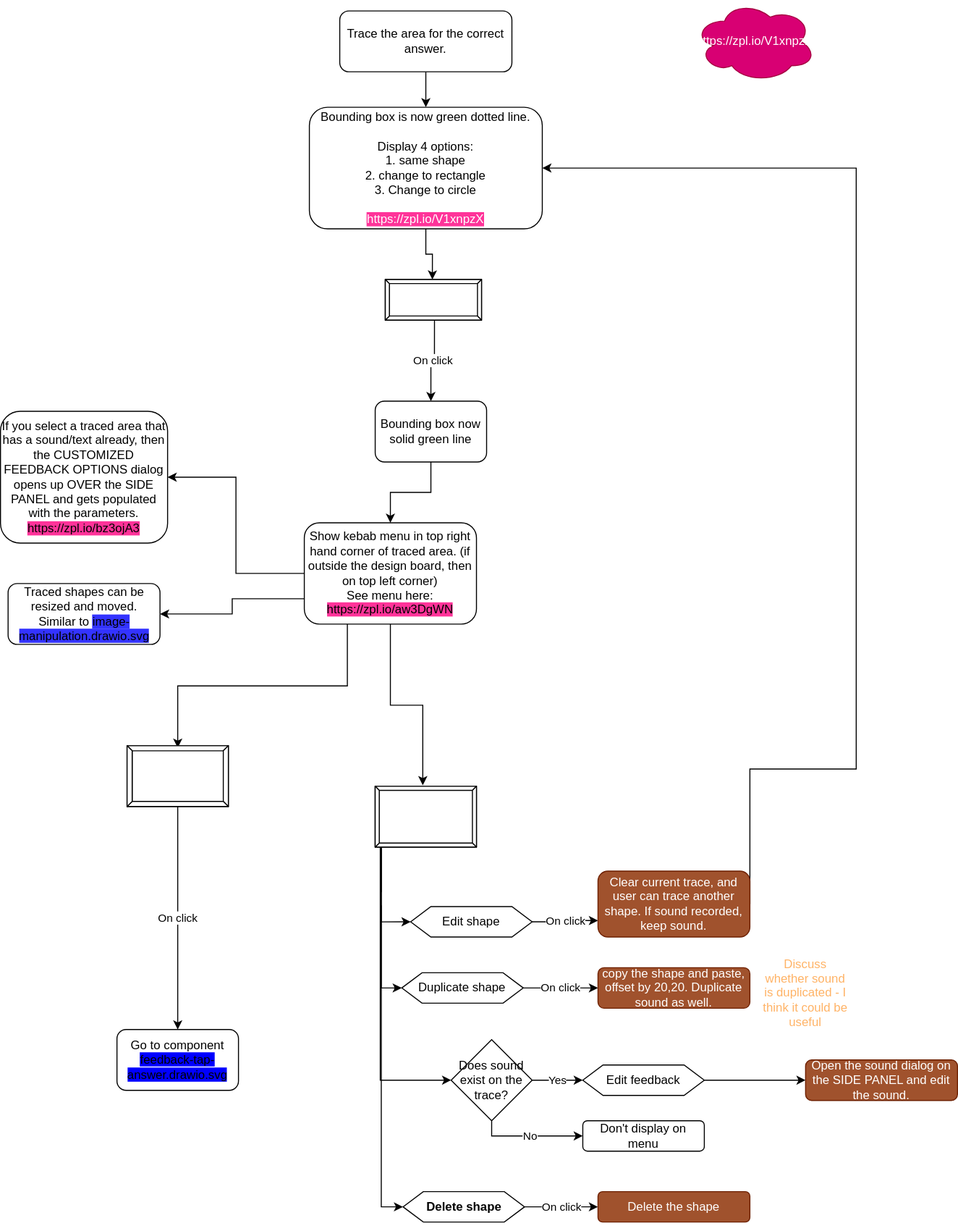
Before: modules/components/trace-tap-answer.drawio.svg, a diagram exported from draw.io (ji-devs/ji-cloud-flowcharts). Source tidied: cells renumbered, new cells last; positions are measured from the earlier drawing's top-left corner, leaving out a move shared by most shapes.
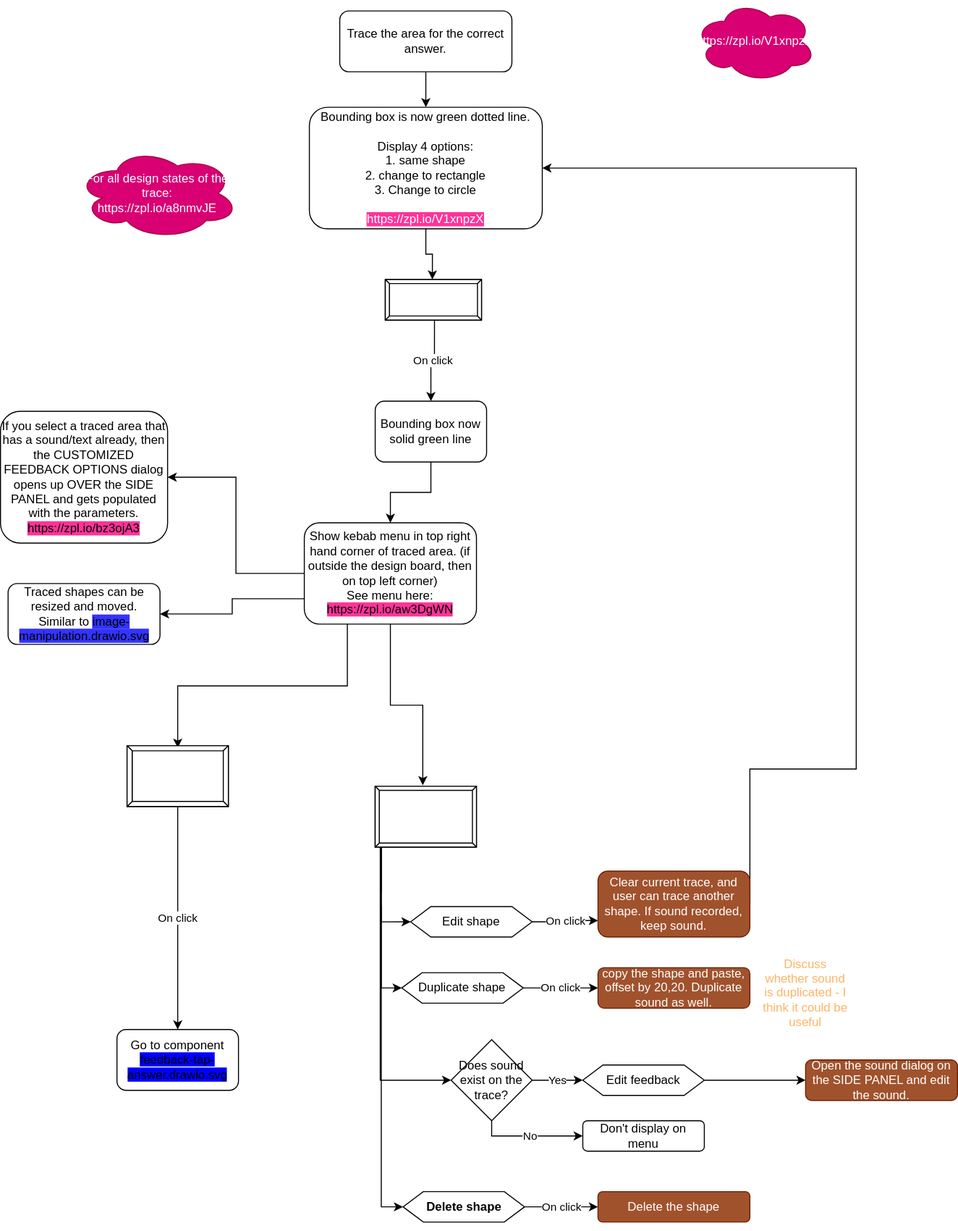
The same file after the commit.

Change to the diagram source:
```diff
@@ -165,5 +165,8 @@
     <mxCell id="46" value="&lt;font color=&quot;#ffffff&quot;&gt;Customized&lt;br&gt;feedback &lt;br&gt;options&lt;/font&gt;" style="labelPosition=center;verticalLabelPosition=middle;align=center;html=1;shape=mxgraph.basic.button;dx=5;fontColor=#FFB366;" parent="1" vertex="1">
       <mxGeometry x="125" y="735" width="100" height="60" as="geometry" />
     </mxCell>
+    <mxCell id="47" value="For all design states of the trace:&lt;br&gt;https://zpl.io/a8nmvJE" style="ellipse;shape=cloud;whiteSpace=wrap;html=1;fillColor=#d80073;strokeColor=#A50040;fontColor=#ffffff;" parent="1" vertex="1">
+      <mxGeometry x="75" y="145" width="160" height="90" as="geometry" />
+    </mxCell>
   </root>
 </mxGraphModel>
```
